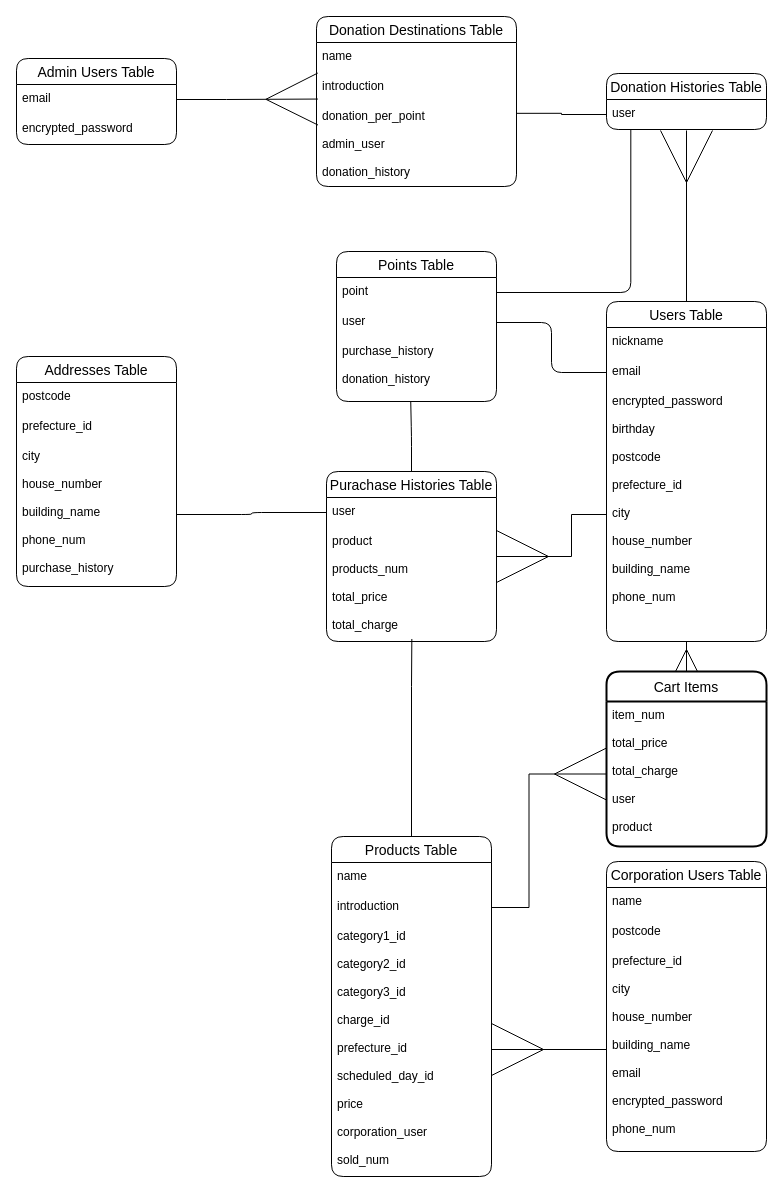
nishipee/sc_app keeps this draw.io diagram as sc.dio. Above is the earlier version. Source tidied: cells renumbered, new cells numbered last; positions are measured from the earlier drawing's top-left corner, leaving out a move shared by most shapes. Both pictures are drawn from the tidied source at 100%, with x=0, y=0 at pixel (16, 16).
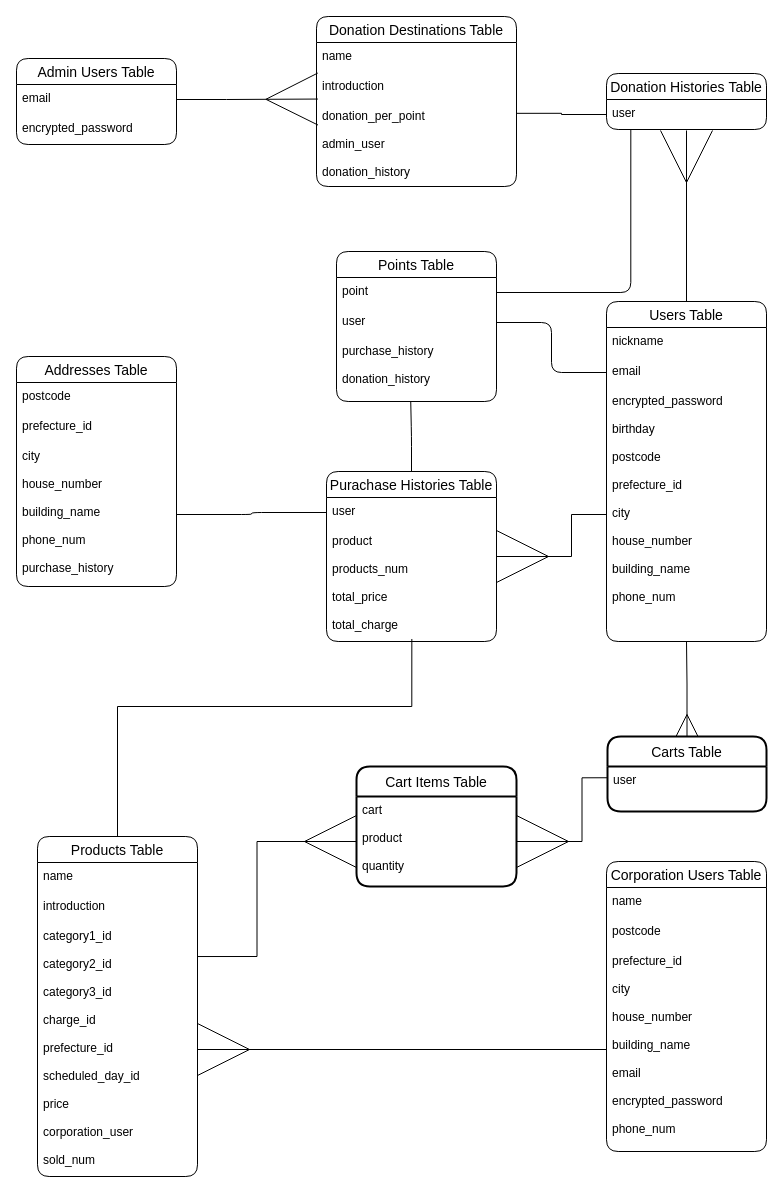
The same diagram, later.

The change refers to these unchanged cells:
```xml
<mxCell id="14" value="introduction" style="text;strokeColor=none;fillColor=none;spacingLeft=4;spacingRight=4;overflow=hidden;points=[[0,0.5],[1,0.5]];portConstraint=eastwest;fontSize=12;" parent="12" vertex="1">
  <mxGeometry y="56" width="160" height="30" as="geometry" />
</mxCell>
<mxCell id="15" value="category1_id&#10;&#10;category2_id&#10;&#10;category3_id&#10;&#10;charge_id&#10;&#10;prefecture_id&#10;&#10;scheduled_day_id&#10;&#10;price&#10;&#10;corporation_user&#10;&#10;sold_num" style="text;strokeColor=none;fillColor=none;spacingLeft=4;spacingRight=4;overflow=hidden;points=[[0,0.5],[1,0.5]];portConstraint=eastwest;fontSize=12;" parent="12" vertex="1">
  <mxGeometry y="86" width="160" height="254" as="geometry" />
</mxCell>
<mxCell id="23" value="product&#10;&#10;products_num&#10;&#10;total_price&#10;&#10;total_charge" style="text;strokeColor=none;fillColor=none;spacingLeft=4;spacingRight=4;overflow=hidden;points=[[0,0.5],[1,0.5]];portConstraint=eastwest;fontSize=12;" parent="21" vertex="1">
  <mxGeometry y="56" width="170" height="114" as="geometry" />
</mxCell>
```

Diff of the diagram source:
```diff
@@
     <mxCell id="11" style="edgeStyle=orthogonalEdgeStyle;rounded=0;jettySize=auto;html=1;exitX=0.5;exitY=0;exitDx=0;exitDy=0;entryX=0.502;entryY=0.978;entryDx=0;entryDy=0;entryPerimeter=0;endArrow=none;endFill=0;endSize=50;" parent="1" edge="1" source="12" target="23">
       <mxGeometry relative="1" as="geometry">
         <Array as="points">
-          <mxPoint x="395" y="670" />
-          <mxPoint x="395" y="670" />
+          <mxPoint x="101" y="690" />
+          <mxPoint x="395" y="690" />
         </Array>
       </mxGeometry>
     </mxCell>
     <mxCell id="12" value="Products Table" style="swimlane;fontStyle=0;horizontal=1;startSize=26;align=center;fontSize=14;rounded=1;" parent="1" vertex="1">
-      <mxGeometry x="315" y="820" width="160" height="340" as="geometry" />
+      <mxGeometry x="21" y="820" width="160" height="340" as="geometry" />
     </mxCell>
@@
-    <mxCell id="45" value="Cart Items" style="swimlane;horizontal=1;startSize=30;rounded=1;fontSize=14;fontStyle=0;strokeWidth=2;shadow=0;dashed=0;align=center;" parent="1" vertex="1">
-      <mxGeometry x="590" y="655" width="160" height="175" as="geometry" />
+    <mxCell id="45" value="Carts Table" style="swimlane;horizontal=1;startSize=30;rounded=1;fontSize=14;fontStyle=0;strokeWidth=2;shadow=0;dashed=0;align=center;" parent="1" vertex="1">
+      <mxGeometry x="591" y="720" width="159" height="75" as="geometry" />
     </mxCell>
-    <mxCell id="46" value="item_num&#10;&#10;total_price&#10;&#10;total_charge&#10;&#10;user&#10;&#10;product" style="align=left;strokeColor=none;fillColor=none;spacingLeft=4;fontSize=12;verticalAlign=top;" parent="45" vertex="1">
-      <mxGeometry y="30" width="160" height="145" as="geometry" />
+    <mxCell id="46" value="user" style="align=left;strokeColor=none;fillColor=none;spacingLeft=4;fontSize=12;verticalAlign=top;" parent="45" vertex="1">
+      <mxGeometry y="30" width="159" height="45" as="geometry" />
     </mxCell>
-    <mxCell id="47" style="edgeStyle=orthogonalEdgeStyle;rounded=0;jettySize=auto;html=1;exitX=1;exitY=0.5;exitDx=0;exitDy=0;entryX=0;entryY=0.5;entryDx=0;entryDy=0;endArrow=ERmany;endFill=0;strokeWidth=1;endSize=50;" parent="1" edge="1" source="14" target="46">
-      <mxGeometry relative="1" as="geometry" />
-    </mxCell>
+    <mxCell id="48" value="Cart Items Table" style="swimlane;horizontal=1;startSize=30;rounded=1;fontSize=14;fontStyle=0;strokeWidth=2;shadow=0;dashed=0;align=center;" parent="1" vertex="1">
+      <mxGeometry x="340" y="750" width="160" height="120" as="geometry" />
+    </mxCell>
+    <mxCell id="49" value="cart&#10;&#10;product&#10;&#10;quantity" style="align=left;strokeColor=none;fillColor=none;spacingLeft=4;fontSize=12;verticalAlign=top;" parent="48" vertex="1">
+      <mxGeometry y="30" width="160" height="90" as="geometry" />
+    </mxCell>
+    <mxCell id="50" style="edgeStyle=orthogonalEdgeStyle;rounded=0;jettySize=auto;html=1;exitX=0;exitY=0.25;exitDx=0;exitDy=0;entryX=1;entryY=0.5;entryDx=0;entryDy=0;endArrow=ERmany;endFill=0;endSize=50;" parent="1" edge="1" source="46" target="49">
+      <mxGeometry relative="1" as="geometry" />
+    </mxCell>
+    <mxCell id="51" style="edgeStyle=orthogonalEdgeStyle;rounded=0;jettySize=auto;html=1;exitX=0;exitY=0.5;exitDx=0;exitDy=0;entryX=1;entryY=0.134;entryDx=0;entryDy=0;entryPerimeter=0;startArrow=ERmany;startFill=0;endSize=6;startSize=50;endArrow=none;endFill=0;" parent="1" edge="1" source="49" target="15">
+      <mxGeometry relative="1" as="geometry" />
+    </mxCell>
```
